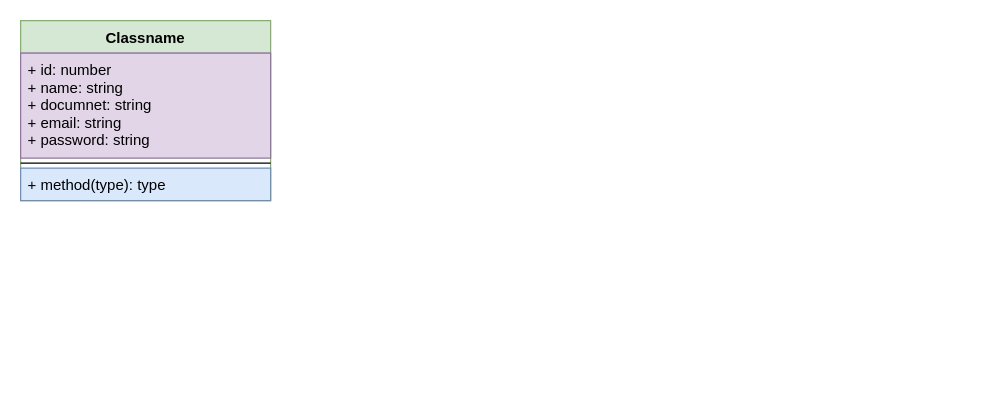
Above: oopTutorial/Untitled Diagram.drawio in fabiandres88/TypeScript (draw.io), before the change. Source tidied: cells renumbered, new cells numbered last; positions are measured from the earlier drawing's top-left corner, leaving out a move shared by most shapes. Both pictures are drawn from the tidied source at 125%, with x=0, y=0 at pixel (20, 20).
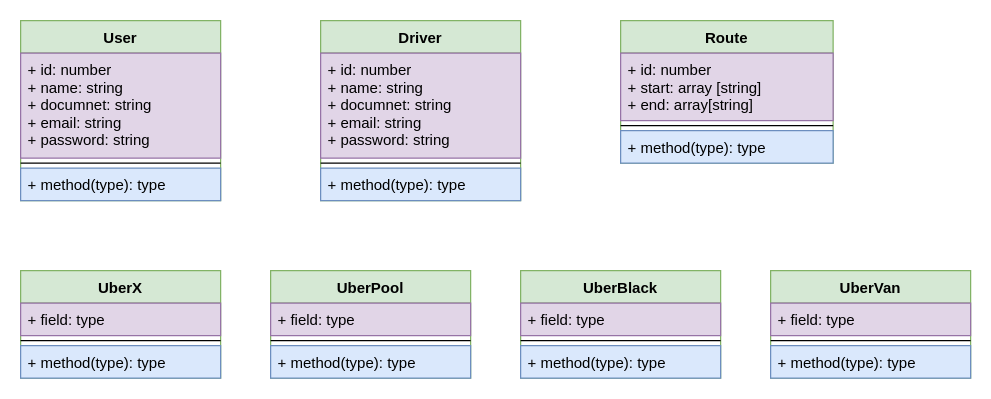
The same diagram, later.

Commit message:
feat: all classes instantiated

Diff of the diagram source:
```diff
@@
-    <mxCell id="2" value="Classname" style="swimlane;fontStyle=1;align=center;verticalAlign=top;horizontal=1;startSize=26;fillColor=#d5e8d4;strokeColor=#82b366;" parent="1" vertex="1">
-      <mxGeometry width="200" height="144" as="geometry" />
+    <mxCell id="2" value="User" style="swimlane;fontStyle=1;align=center;verticalAlign=top;horizontal=1;startSize=26;fillColor=#d5e8d4;strokeColor=#82b366;" parent="1" vertex="1">
+      <mxGeometry width="160" height="144" as="geometry" />
     </mxCell>
     <mxCell id="3" value="+ id: number&#10;+ name: string&#10;+ documnet: string&#10;+ email: string&#10;+ password: string" style="text;strokeColor=#9673a6;fillColor=#e1d5e7;align=left;verticalAlign=top;spacingLeft=4;spacingRight=4;overflow=hidden;" parent="2" vertex="1">
-      <mxGeometry y="26" width="200" height="84" as="geometry" />
+      <mxGeometry y="26" width="160" height="84" as="geometry" />
     </mxCell>
     <mxCell id="4" style="line;strokeWidth=1;fillColor=none;align=left;verticalAlign=middle;spacingTop=-1;spacingLeft=3;spacingRight=3;labelPosition=right;" parent="2" vertex="1">
-      <mxGeometry y="110" width="200" height="8" as="geometry" />
+      <mxGeometry y="110" width="160" height="8" as="geometry" />
     </mxCell>
     <mxCell id="5" value="+ method(type): type" style="text;strokeColor=#6c8ebf;fillColor=#dae8fc;align=left;verticalAlign=top;spacingLeft=4;spacingRight=4;overflow=hidden;" parent="2" vertex="1">
-      <mxGeometry y="118" width="200" height="26" as="geometry" />
+      <mxGeometry y="118" width="160" height="26" as="geometry" />
     </mxCell>
+    <mxCell id="6" value="Driver" style="swimlane;fontStyle=1;align=center;verticalAlign=top;horizontal=1;startSize=26;fillColor=#d5e8d4;strokeColor=#82b366;" parent="1" vertex="1">
+      <mxGeometry x="240" width="160" height="144" as="geometry" />
+    </mxCell>
+    <mxCell id="7" value="+ id: number&#10;+ name: string&#10;+ documnet: string&#10;+ email: string&#10;+ password: string" style="text;strokeColor=#9673a6;fillColor=#e1d5e7;align=left;verticalAlign=top;spacingLeft=4;spacingRight=4;overflow=hidden;" parent="6" vertex="1">
+      <mxGeometry y="26" width="160" height="84" as="geometry" />
+    </mxCell>
+    <mxCell id="8" style="line;strokeWidth=1;fillColor=none;align=left;verticalAlign=middle;spacingTop=-1;spacingLeft=3;spacingRight=3;labelPosition=right;" parent="6" vertex="1">
+      <mxGeometry y="110" width="160" height="8" as="geometry" />
+    </mxCell>
+    <mxCell id="9" value="+ method(type): type" style="text;strokeColor=#6c8ebf;fillColor=#dae8fc;align=left;verticalAlign=top;spacingLeft=4;spacingRight=4;overflow=hidden;" parent="6" vertex="1">
+      <mxGeometry y="118" width="160" height="26" as="geometry" />
+    </mxCell>
+    <mxCell id="10" value="Route" style="swimlane;fontStyle=1;align=center;verticalAlign=top;horizontal=1;startSize=26;fillColor=#d5e8d4;strokeColor=#82b366;" parent="1" vertex="1">
+      <mxGeometry x="480" width="170" height="114" as="geometry" />
+    </mxCell>
+    <mxCell id="11" value="+ id: number&#10;+ start: array [string]&#10;+ end: array[string]" style="text;strokeColor=#9673a6;fillColor=#e1d5e7;align=left;verticalAlign=top;spacingLeft=4;spacingRight=4;overflow=hidden;" parent="10" vertex="1">
+      <mxGeometry y="26" width="170" height="54" as="geometry" />
+    </mxCell>
+    <mxCell id="12" style="line;strokeWidth=1;fillColor=none;align=left;verticalAlign=middle;spacingTop=-1;spacingLeft=3;spacingRight=3;labelPosition=right;" parent="10" vertex="1">
+      <mxGeometry y="80" width="170" height="8" as="geometry" />
+    </mxCell>
+    <mxCell id="13" value="+ method(type): type" style="text;strokeColor=#6c8ebf;fillColor=#dae8fc;align=left;verticalAlign=top;spacingLeft=4;spacingRight=4;overflow=hidden;" parent="10" vertex="1">
+      <mxGeometry y="88" width="170" height="26" as="geometry" />
+    </mxCell>
+    <mxCell id="14" value="UberPool" style="swimlane;fontStyle=1;align=center;verticalAlign=top;horizontal=1;startSize=26;fillColor=#d5e8d4;strokeColor=#82b366;" parent="1" vertex="1">
+      <mxGeometry x="200" y="200" width="160" height="86" as="geometry" />
+    </mxCell>
+    <mxCell id="15" value="+ field: type" style="text;strokeColor=#9673a6;fillColor=#e1d5e7;align=left;verticalAlign=top;spacingLeft=4;spacingRight=4;overflow=hidden;" parent="14" vertex="1">
+      <mxGeometry y="26" width="160" height="26" as="geometry" />
+    </mxCell>
+    <mxCell id="16" style="line;strokeWidth=1;fillColor=none;align=left;verticalAlign=middle;spacingTop=-1;spacingLeft=3;spacingRight=3;labelPosition=right;" parent="14" vertex="1">
+      <mxGeometry y="52" width="160" height="8" as="geometry" />
+    </mxCell>
+    <mxCell id="17" value="+ method(type): type" style="text;strokeColor=#6c8ebf;fillColor=#dae8fc;align=left;verticalAlign=top;spacingLeft=4;spacingRight=4;overflow=hidden;" parent="14" vertex="1">
+      <mxGeometry y="60" width="160" height="26" as="geometry" />
+    </mxCell>
+    <mxCell id="18" value="UberX" style="swimlane;fontStyle=1;align=center;verticalAlign=top;horizontal=1;startSize=26;fillColor=#d5e8d4;strokeColor=#82b366;" parent="1" vertex="1">
+      <mxGeometry y="200" width="160" height="86" as="geometry" />
+    </mxCell>
+    <mxCell id="19" value="+ field: type" style="text;strokeColor=#9673a6;fillColor=#e1d5e7;align=left;verticalAlign=top;spacingLeft=4;spacingRight=4;overflow=hidden;" parent="18" vertex="1">
+      <mxGeometry y="26" width="160" height="26" as="geometry" />
+    </mxCell>
+    <mxCell id="20" style="line;strokeWidth=1;fillColor=none;align=left;verticalAlign=middle;spacingTop=-1;spacingLeft=3;spacingRight=3;labelPosition=right;" parent="18" vertex="1">
+      <mxGeometry y="52" width="160" height="8" as="geometry" />
+    </mxCell>
+    <mxCell id="21" value="+ method(type): type" style="text;strokeColor=#6c8ebf;fillColor=#dae8fc;align=left;verticalAlign=top;spacingLeft=4;spacingRight=4;overflow=hidden;" parent="18" vertex="1">
+      <mxGeometry y="60" width="160" height="26" as="geometry" />
+    </mxCell>
+    <mxCell id="22" value="UberBlack" style="swimlane;fontStyle=1;align=center;verticalAlign=top;horizontal=1;startSize=26;fillColor=#d5e8d4;strokeColor=#82b366;" parent="1" vertex="1">
+      <mxGeometry x="400" y="200" width="160" height="86" as="geometry" />
+    </mxCell>
+    <mxCell id="23" value="+ field: type" style="text;strokeColor=#9673a6;fillColor=#e1d5e7;align=left;verticalAlign=top;spacingLeft=4;spacingRight=4;overflow=hidden;" parent="22" vertex="1">
+      <mxGeometry y="26" width="160" height="26" as="geometry" />
+    </mxCell>
+    <mxCell id="24" style="line;strokeWidth=1;fillColor=none;align=left;verticalAlign=middle;spacingTop=-1;spacingLeft=3;spacingRight=3;labelPosition=right;" parent="22" vertex="1">
+      <mxGeometry y="52" width="160" height="8" as="geometry" />
+    </mxCell>
+    <mxCell id="25" value="+ method(type): type" style="text;strokeColor=#6c8ebf;fillColor=#dae8fc;align=left;verticalAlign=top;spacingLeft=4;spacingRight=4;overflow=hidden;" parent="22" vertex="1">
+      <mxGeometry y="60" width="160" height="26" as="geometry" />
+    </mxCell>
+    <mxCell id="26" value="UberVan" style="swimlane;fontStyle=1;align=center;verticalAlign=top;horizontal=1;startSize=26;fillColor=#d5e8d4;strokeColor=#82b366;" parent="1" vertex="1">
+      <mxGeometry x="600" y="200" width="160" height="86" as="geometry" />
+    </mxCell>
+    <mxCell id="27" value="+ field: type" style="text;strokeColor=#9673a6;fillColor=#e1d5e7;align=left;verticalAlign=top;spacingLeft=4;spacingRight=4;overflow=hidden;" parent="26" vertex="1">
+      <mxGeometry y="26" width="160" height="26" as="geometry" />
+    </mxCell>
+    <mxCell id="28" style="line;strokeWidth=1;fillColor=none;align=left;verticalAlign=middle;spacingTop=-1;spacingLeft=3;spacingRight=3;labelPosition=right;" parent="26" vertex="1">
+      <mxGeometry y="52" width="160" height="8" as="geometry" />
+    </mxCell>
+    <mxCell id="29" value="+ method(type): type" style="text;strokeColor=#6c8ebf;fillColor=#dae8fc;align=left;verticalAlign=top;spacingLeft=4;spacingRight=4;overflow=hidden;" parent="26" vertex="1">
+      <mxGeometry y="60" width="160" height="26" as="geometry" />
+    </mxCell>
```
